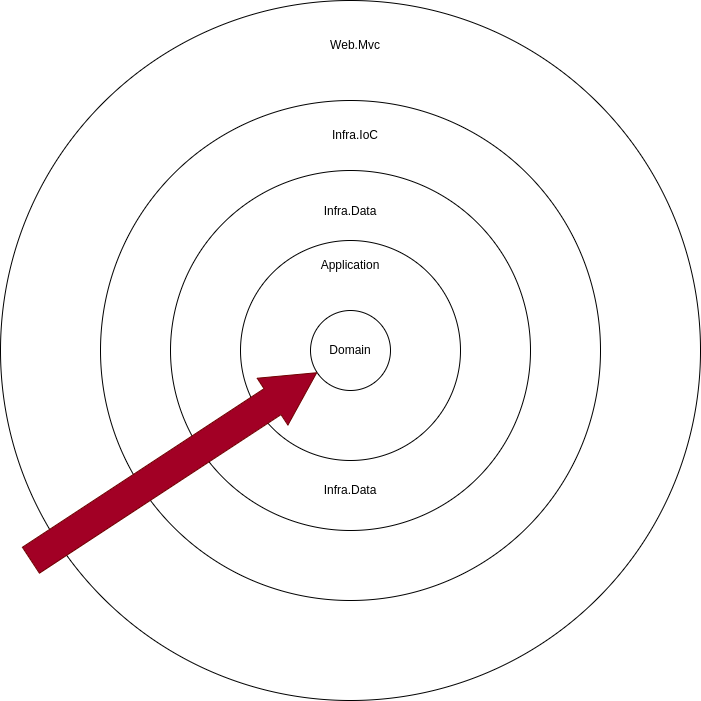
The draw.io diagram doc/TesteAuvo-Camadas.png in Fyotta/teste_auvo, before a commit. Source tidied: cells renumbered, new cells last; positions are measured from the earlier drawing's top-left corner, leaving out a move shared by most shapes.
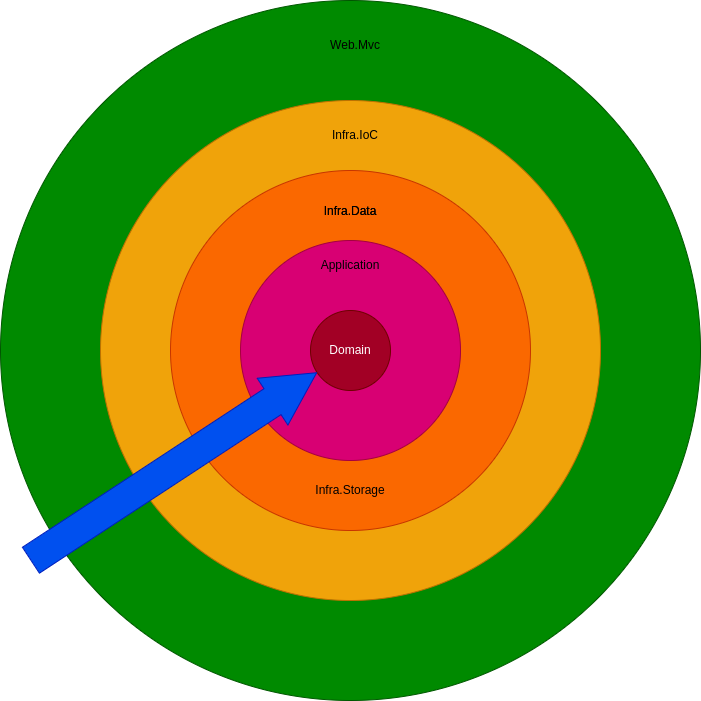
After the commit.

Diff of the diagram source:
```diff
@@ -2,40 +2,19 @@
   <root>
     <mxCell id="0" />
     <mxCell id="1" parent="0" />
-    <mxCell id="2" style="ellipse;whiteSpace=wrap;html=1;" parent="1" vertex="1">
+    <mxCell id="2" style="ellipse;whiteSpace=wrap;html=1;fillColor=#008a00;fontColor=#ffffff;strokeColor=#005700;" parent="1" vertex="1">
       <mxGeometry width="700" height="700" as="geometry" />
     </mxCell>
-    <mxCell id="3" style="group;" parent="1" vertex="1">
-      <mxGeometry x="170" y="170" width="430" height="430" as="geometry" />
-    </mxCell>
-    <mxCell id="4" value="DOMAIN" style="ellipse;whiteSpace=wrap;html=1;" parent="3" vertex="1">
-      <mxGeometry x="-70" y="-70" width="500" height="500" as="geometry" />
+    <mxCell id="4" value="DOMAIN" style="ellipse;whiteSpace=wrap;html=1;fillColor=#f0a30a;fontColor=#000000;strokeColor=#BD7000;" parent="1" vertex="1">
+      <mxGeometry x="100" y="100" width="500" height="500" as="geometry" />
     </mxCell>
-    <mxCell id="5" value="Infra.Data" style="text;html=1;strokeColor=none;fillColor=none;align=center;verticalAlign=middle;whiteSpace=wrap;rounded=0;" parent="3" vertex="1">
-      <mxGeometry x="130.9" y="16.4" width="98.2" height="49.1" as="geometry" />
-    </mxCell>
-    <mxCell id="6" value="Infra.Data" style="text;html=1;strokeColor=none;fillColor=none;align=center;verticalAlign=middle;whiteSpace=wrap;rounded=0;" parent="3" vertex="1">
-      <mxGeometry x="130.9" y="295" width="98.2" height="49.1" as="geometry" />
-    </mxCell>
-    <mxCell id="7" value="Infra.IoC" style="text;html=1;strokeColor=none;fillColor=none;align=center;verticalAlign=middle;whiteSpace=wrap;rounded=0;" parent="3" vertex="1">
-      <mxGeometry x="155" y="-50" width="60" height="30" as="geometry" />
-    </mxCell>
-    <mxCell id="8" style="group;" parent="1" vertex="1">
-      <mxGeometry x="170" y="170" width="360" height="360" as="geometry" />
-    </mxCell>
-    <mxCell id="9" value="DOMAIN" style="ellipse;whiteSpace=wrap;html=1;" parent="8" vertex="1">
-      <mxGeometry width="360" height="360" as="geometry" />
+    <mxCell id="9" value="DOMAIN" style="ellipse;whiteSpace=wrap;html=1;fillColor=#fa6800;fontColor=#000000;strokeColor=#C73500;" parent="1" vertex="1">
+      <mxGeometry x="170" y="170" width="360" height="360" as="geometry" />
     </mxCell>
-    <mxCell id="10" value="Infra.Data" style="text;html=1;strokeColor=none;fillColor=none;align=center;verticalAlign=middle;whiteSpace=wrap;rounded=0;" parent="8" vertex="1">
-      <mxGeometry x="130.9" y="16.4" width="98.2" height="49.1" as="geometry" />
-    </mxCell>
-    <mxCell id="11" value="Infra.Data" style="text;html=1;strokeColor=none;fillColor=none;align=center;verticalAlign=middle;whiteSpace=wrap;rounded=0;" parent="8" vertex="1">
-      <mxGeometry x="130.9" y="295" width="98.2" height="49.1" as="geometry" />
-    </mxCell>
-    <mxCell id="12" style="ellipse;whiteSpace=wrap;html=1;" parent="1" vertex="1">
+    <mxCell id="12" style="ellipse;whiteSpace=wrap;html=1;fillColor=#d80073;fontColor=#ffffff;strokeColor=#A50040;" parent="1" vertex="1">
       <mxGeometry x="240" y="240" width="220" height="220" as="geometry" />
     </mxCell>
-    <mxCell id="13" value="Domain" style="ellipse;whiteSpace=wrap;html=1;" parent="1" vertex="1">
+    <mxCell id="13" value="Domain" style="ellipse;whiteSpace=wrap;html=1;fillColor=#a20025;fontColor=#ffffff;strokeColor=#6F0000;" parent="1" vertex="1">
       <mxGeometry x="310" y="310" width="80" height="80" as="geometry" />
     </mxCell>
     <mxCell id="14" value="Application" style="text;html=1;strokeColor=none;fillColor=none;align=center;verticalAlign=middle;whiteSpace=wrap;rounded=0;" parent="1" vertex="1">
@@ -44,10 +23,22 @@
     <mxCell id="15" value="Web.Mvc" style="text;html=1;strokeColor=none;fillColor=none;align=center;verticalAlign=middle;whiteSpace=wrap;rounded=0;" parent="1" vertex="1">
       <mxGeometry x="325" y="30" width="60" height="30" as="geometry" />
     </mxCell>
-    <mxCell id="16" style="shape=flexArrow;endArrow=classic;html=1;endWidth=24;endSize=17.25;width=31;fillColor=#a20025;strokeColor=#6F0000;" parent="1" edge="1" target="13">
+    <mxCell id="16" style="shape=flexArrow;endArrow=classic;html=1;endWidth=24;endSize=17.25;width=31;fillColor=#0050ef;strokeColor=#001DBC;" parent="1" edge="1" target="13">
       <mxGeometry relative="1" as="geometry">
         <mxPoint x="30" y="560" as="sourcePoint" />
       </mxGeometry>
     </mxCell>
+    <mxCell id="10" value="Infra.Data" style="text;html=1;strokeColor=none;fillColor=none;align=center;verticalAlign=middle;whiteSpace=wrap;rounded=0;" parent="1" vertex="1">
+      <mxGeometry x="300.9" y="186.4" width="98.2" height="49.1" as="geometry" />
+    </mxCell>
+    <mxCell id="11" value="Infra.Storage" style="text;html=1;strokeColor=none;fillColor=none;align=center;verticalAlign=middle;whiteSpace=wrap;rounded=0;" parent="1" vertex="1">
+      <mxGeometry x="300.9" y="465" width="98.2" height="49.1" as="geometry" />
+    </mxCell>
+    <mxCell id="5" value="Infra.Data" style="text;html=1;strokeColor=none;fillColor=none;align=center;verticalAlign=middle;whiteSpace=wrap;rounded=0;" parent="1" vertex="1">
+      <mxGeometry x="300.9" y="186.4" width="98.2" height="49.1" as="geometry" />
+    </mxCell>
+    <mxCell id="7" value="Infra.IoC" style="text;html=1;strokeColor=none;fillColor=none;align=center;verticalAlign=middle;whiteSpace=wrap;rounded=0;" parent="1" vertex="1">
+      <mxGeometry x="325" y="120" width="60" height="30" as="geometry" />
+    </mxCell>
   </root>
 </mxGraphModel>
```
